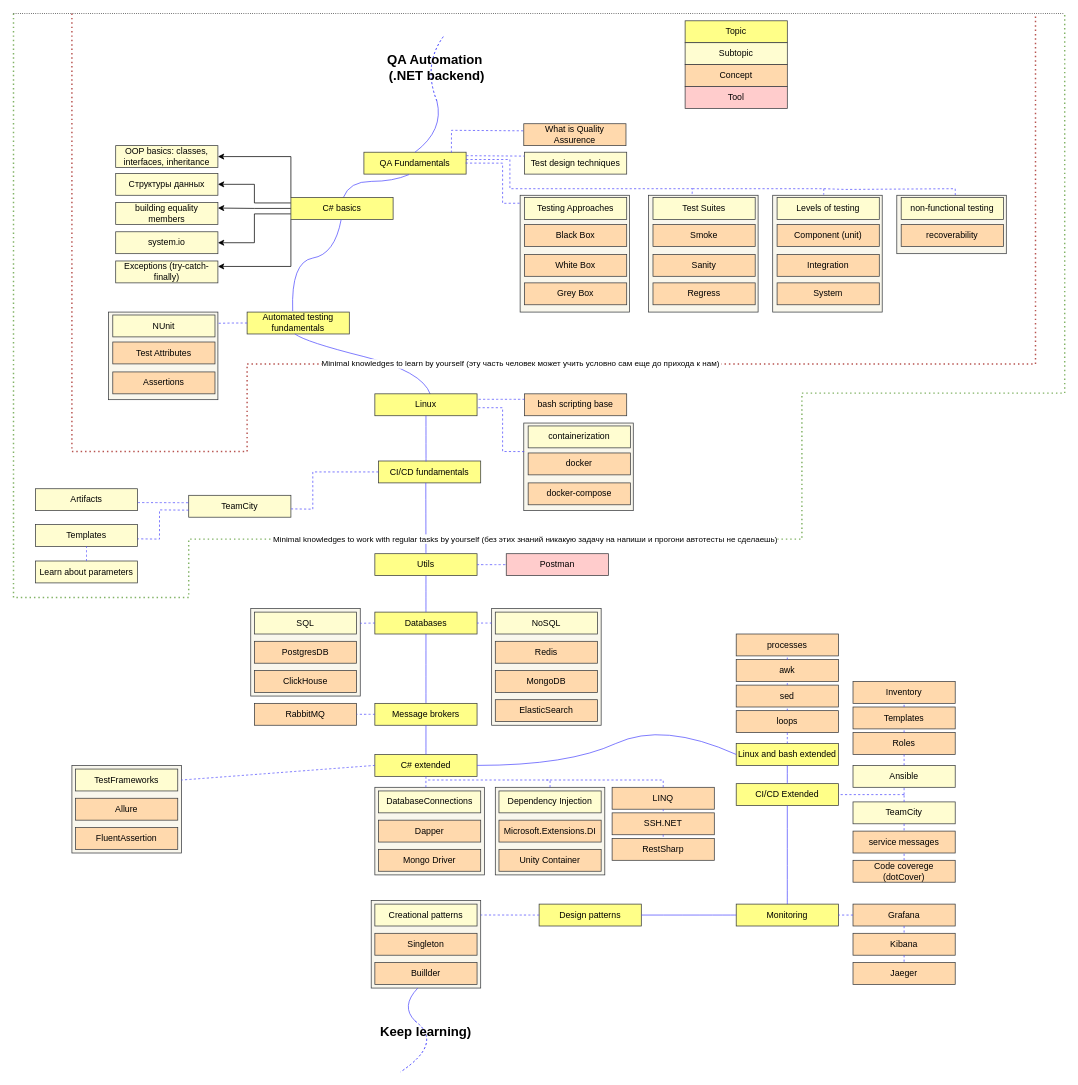
The draw.io diagram aqa_roadmap.drawio in mdgy/aqa-roadmap, before the edit. Source tidied: cells renumbered, new cells numbered last; positions are measured from the earlier drawing's top-left corner, leaving out a move shared by most shapes. Both pictures are drawn from the tidied source at 73%, with x=0, y=0 at pixel (13, 13).
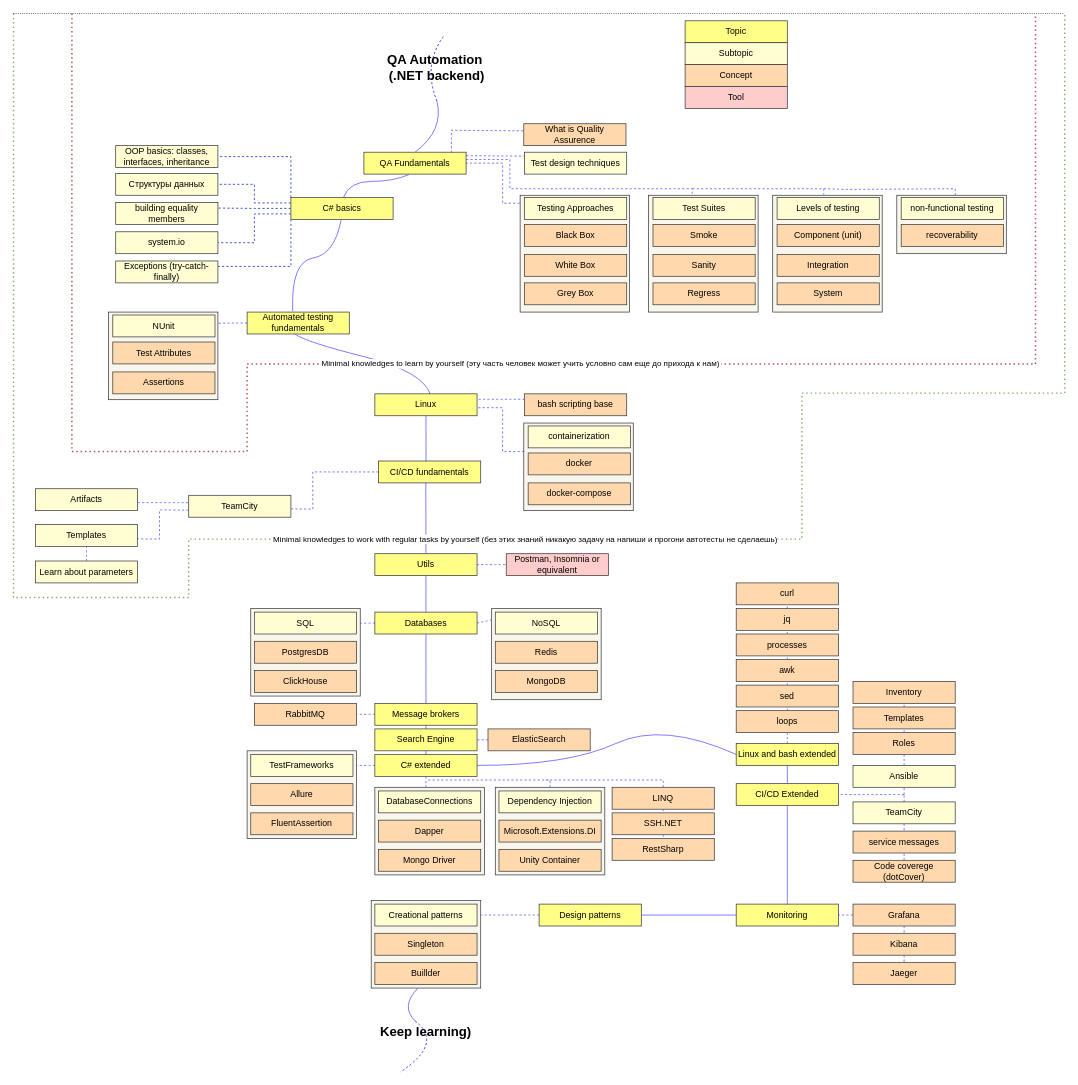
The same diagram, later.

Commit message:
fix up db sec, expand linux

The change refers to these unchanged cells:
```xml
<mxCell id="69" value="С# basics" style="rounded=0;whiteSpace=wrap;html=1;fillColor=#ffff88;strokeColor=#36393d;" parent="1" vertex="1">
  <mxGeometry x="380" y="252" width="140" height="30" as="geometry" />
</mxCell>
<mxCell id="70" value="Структуры данных" style="rounded=0;whiteSpace=wrap;html=1;fillColor=#FFFDD1;strokeColor=#36393d;" parent="1" vertex="1">
  <mxGeometry x="140" y="219" width="140" height="30" as="geometry" />
</mxCell>
<mxCell id="71" value="OOP basics: сlasses, interfaces,&amp;nbsp;inheritance" style="rounded=0;whiteSpace=wrap;html=1;fillColor=#FFFDD1;strokeColor=#36393d;" parent="1" vertex="1">
  <mxGeometry x="140" y="181" width="140" height="30" as="geometry" />
</mxCell>
<mxCell id="72" value="building equality members" style="rounded=0;whiteSpace=wrap;html=1;fillColor=#FFFDD1;strokeColor=#36393d;" parent="1" vertex="1">
  <mxGeometry x="140" y="259" width="140" height="30" as="geometry" />
</mxCell>
<mxCell id="74" value="system.io" style="rounded=0;whiteSpace=wrap;html=1;fillColor=#FFFDD1;strokeColor=#36393d;" parent="1" vertex="1">
  <mxGeometry x="140" y="299" width="140" height="30" as="geometry" />
</mxCell>
<mxCell id="165" value="Exceptions (try-catch-finally)" style="rounded=0;whiteSpace=wrap;html=1;fillColor=#FFFDD1;strokeColor=#36393d;" parent="1" vertex="1">
  <mxGeometry x="140" y="339" width="140" height="30" as="geometry" />
</mxCell>
```

Diff of the diagram source:
```diff
@@
     <mxCell id="3" style="rounded=0;whiteSpace=wrap;html=1;fillColor=#f9f7ed;strokeColor=#36393d;" parent="1" vertex="1">
-      <mxGeometry x="655" y="815" width="150" height="160" as="geometry" />
+      <mxGeometry x="655" y="815" width="150" height="125" as="geometry" />
     </mxCell>
@@
-    <mxCell id="29" value="Postman" style="rounded=0;whiteSpace=wrap;html=1;fillColor=#ffcccc;strokeColor=#36393d;" parent="1" vertex="1">
+    <mxCell id="29" value="Postman, Insomnia or equivalent" style="rounded=0;whiteSpace=wrap;html=1;fillColor=#ffcccc;strokeColor=#36393d;" parent="1" vertex="1">
       <mxGeometry x="675" y="740" width="140" height="30" as="geometry" />
     </mxCell>
@@
-    <mxCell id="64" style="edgeStyle=orthogonalEdgeStyle;rounded=0;jettySize=auto;html=1;entryX=1;entryY=0.25;entryDx=0;entryDy=0;" parent="1" edge="1" source="69" target="72">
+    <mxCell id="64" style="edgeStyle=orthogonalEdgeStyle;rounded=0;jettySize=auto;html=1;entryX=1;entryY=0.25;entryDx=0;entryDy=0;endArrow=none;endFill=0;dashed=1;fillColor=#0050ef;strokeColor=#001DBC;" parent="1" edge="1" source="69" target="72">
       <mxGeometry relative="1" as="geometry" />
     </mxCell>
-    <mxCell id="65" style="edgeStyle=orthogonalEdgeStyle;rounded=0;jettySize=auto;html=1;exitX=0;exitY=1;exitDx=0;exitDy=0;entryX=1;entryY=0.25;entryDx=0;entryDy=0;" parent="1" edge="1" source="69" target="165">
+    <mxCell id="65" style="edgeStyle=orthogonalEdgeStyle;rounded=0;jettySize=auto;html=1;exitX=0;exitY=1;exitDx=0;exitDy=0;entryX=1;entryY=0.25;entryDx=0;entryDy=0;endArrow=none;endFill=0;dashed=1;fillColor=#0050ef;strokeColor=#001DBC;" parent="1" edge="1" source="69" target="165">
       <mxGeometry relative="1" as="geometry" />
     </mxCell>
-    <mxCell id="66" style="edgeStyle=orthogonalEdgeStyle;rounded=0;jettySize=auto;html=1;exitX=0;exitY=0;exitDx=0;exitDy=0;entryX=1;entryY=0.5;entryDx=0;entryDy=0;" parent="1" edge="1" source="69" target="71">
+    <mxCell id="66" style="edgeStyle=orthogonalEdgeStyle;rounded=0;jettySize=auto;html=1;exitX=0;exitY=0;exitDx=0;exitDy=0;entryX=1;entryY=0.5;entryDx=0;entryDy=0;endArrow=none;endFill=0;dashed=1;fillColor=#0050ef;strokeColor=#001DBC;" parent="1" edge="1" source="69" target="71">
       <mxGeometry relative="1" as="geometry" />
     </mxCell>
-    <mxCell id="67" style="edgeStyle=orthogonalEdgeStyle;rounded=0;jettySize=auto;html=1;exitX=0;exitY=0.25;exitDx=0;exitDy=0;entryX=1;entryY=0.5;entryDx=0;entryDy=0;" parent="1" edge="1" source="69" target="70">
+    <mxCell id="67" style="edgeStyle=orthogonalEdgeStyle;rounded=0;jettySize=auto;html=1;exitX=0;exitY=0.25;exitDx=0;exitDy=0;entryX=1;entryY=0.5;entryDx=0;entryDy=0;endArrow=none;endFill=0;dashed=1;fillColor=#0050ef;strokeColor=#001DBC;" parent="1" edge="1" source="69" target="70">
       <mxGeometry relative="1" as="geometry" />
     </mxCell>
-    <mxCell id="68" style="edgeStyle=orthogonalEdgeStyle;rounded=0;jettySize=auto;html=1;exitX=0;exitY=0.75;exitDx=0;exitDy=0;entryX=1;entryY=0.5;entryDx=0;entryDy=0;" parent="1" edge="1" source="69" target="74">
+    <mxCell id="68" style="edgeStyle=orthogonalEdgeStyle;rounded=0;jettySize=auto;html=1;exitX=0;exitY=0.75;exitDx=0;exitDy=0;entryX=1;entryY=0.5;entryDx=0;entryDy=0;endArrow=none;endFill=0;dashed=1;fillColor=#0050ef;strokeColor=#001DBC;" parent="1" edge="1" source="69" target="74">
       <mxGeometry relative="1" as="geometry" />
     </mxCell>
@@
     <mxCell id="93" value="ElasticSearch" style="rounded=0;whiteSpace=wrap;html=1;fillColor=#FFD9AD;strokeColor=#36393d;" parent="1" vertex="1">
-      <mxGeometry x="660" y="940" width="140" height="30" as="geometry" />
+      <mxGeometry x="650" y="980" width="140" height="30" as="geometry" />
     </mxCell>
@@
     <mxCell id="96" style="rounded=0;whiteSpace=wrap;html=1;fillColor=#f9f7ed;strokeColor=#36393d;" parent="1" vertex="1">
-      <mxGeometry x="80" y="1030" width="150" height="120" as="geometry" />
+      <mxGeometry x="320" y="1010" width="150" height="120" as="geometry" />
     </mxCell>
     <mxCell id="97" value="TestFrameworks" style="rounded=0;whiteSpace=wrap;html=1;fillColor=#FFFDD1;strokeColor=#36393d;" parent="1" vertex="1">
-      <mxGeometry x="85" y="1035" width="140" height="30" as="geometry" />
+      <mxGeometry x="325" y="1015" width="140" height="30" as="geometry" />
     </mxCell>
     <mxCell id="98" value="Allure" style="rounded=0;whiteSpace=wrap;html=1;fillColor=#FFD9AD;strokeColor=#36393d;" parent="1" vertex="1">
-      <mxGeometry x="85" y="1075" width="140" height="30" as="geometry" />
+      <mxGeometry x="325" y="1055" width="140" height="30" as="geometry" />
     </mxCell>
     <mxCell id="99" value="FluentAssertion" style="rounded=0;whiteSpace=wrap;html=1;fillColor=#FFD9AD;strokeColor=#36393d;" parent="1" vertex="1">
-      <mxGeometry x="85" y="1115" width="140" height="30" as="geometry" />
+      <mxGeometry x="325" y="1095" width="140" height="30" as="geometry" />
     </mxCell>
@@
+    <mxCell id="166" value="Search Engine" style="rounded=0;whiteSpace=wrap;html=1;fillColor=#ffff88;strokeColor=#36393d;" parent="1" vertex="1">
+      <mxGeometry x="495" y="980" width="140" height="30" as="geometry" />
+    </mxCell>
+    <mxCell id="167" style="endArrow=none;html=1;curved=1;strokeColor=#504dfe;dashed=1;entryX=1;entryY=0.5;entryDx=0;entryDy=0;exitX=0;exitY=0.5;exitDx=0;exitDy=0;" parent="1" edge="1" source="93" target="166">
+      <mxGeometry relative="1" as="geometry" />
+    </mxCell>
+    <mxCell id="168" value="jq" style="rounded=0;whiteSpace=wrap;html=1;fillColor=#FFD9AD;strokeColor=#36393d;" parent="1" vertex="1">
+      <mxGeometry x="990" y="815" width="140" height="30" as="geometry" />
+    </mxCell>
+    <mxCell id="169" style="endArrow=none;html=1;curved=1;strokeColor=#504dfe;exitX=0.5;exitY=0;exitDx=0;exitDy=0;entryX=0.5;entryY=1;entryDx=0;entryDy=0;dashed=1;" parent="1" edge="1" target="168">
+      <mxGeometry relative="1" as="geometry">
+        <mxPoint x="1060" y="850" as="sourcePoint" />
+      </mxGeometry>
+    </mxCell>
+    <mxCell id="170" value="curl" style="rounded=0;whiteSpace=wrap;html=1;fillColor=#FFD9AD;strokeColor=#36393d;" parent="1" vertex="1">
+      <mxGeometry x="990" y="780" width="140" height="30" as="geometry" />
+    </mxCell>
+    <mxCell id="171" style="endArrow=none;html=1;curved=1;strokeColor=#504dfe;exitX=0.5;exitY=0;exitDx=0;exitDy=0;entryX=0.5;entryY=1;entryDx=0;entryDy=0;dashed=1;" parent="1" edge="1" source="168" target="170">
+      <mxGeometry relative="1" as="geometry" />
+    </mxCell>
```
